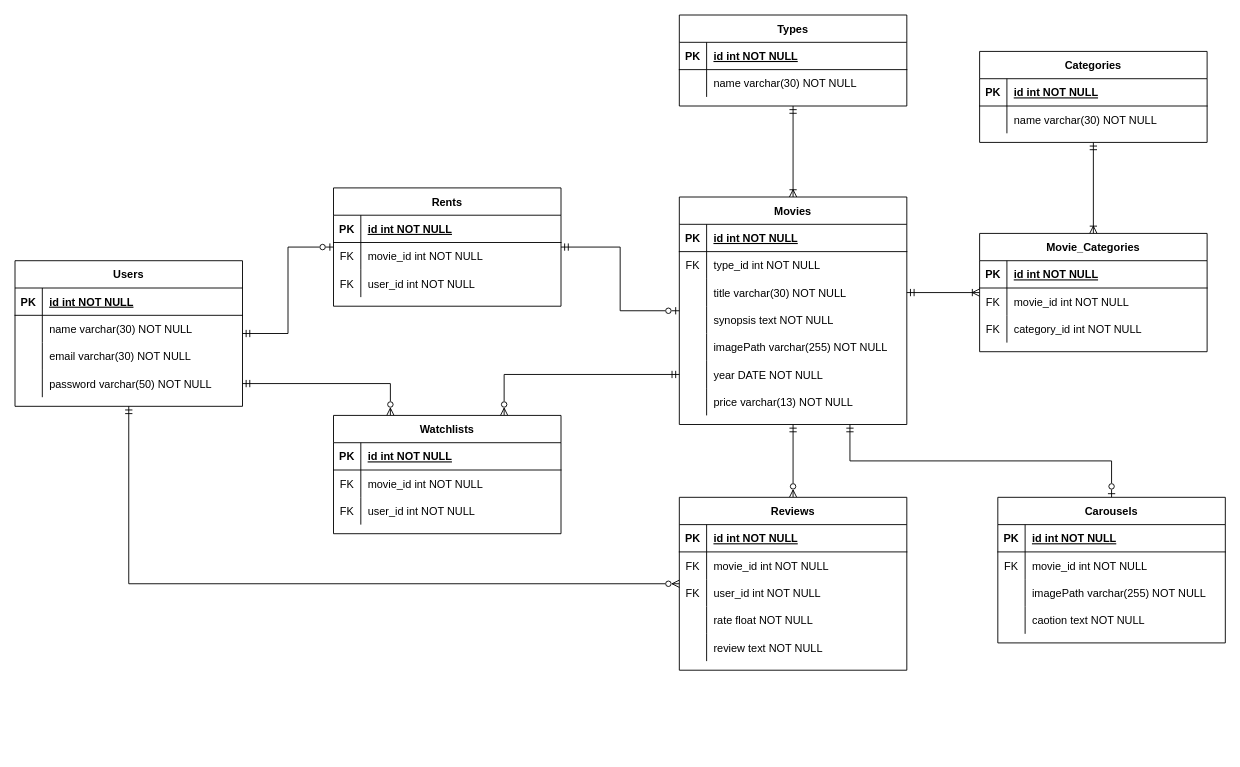
The draw.io diagram ERD.drawio in ardi23892/portal-film-lec, before the edit. Source tidied: cells renumbered, new cells numbered last; positions are measured from the earlier drawing's top-left corner, leaving out a move shared by most shapes. Both pictures are drawn from the tidied source at 91%, with x=0, y=0 at pixel (15, 15).
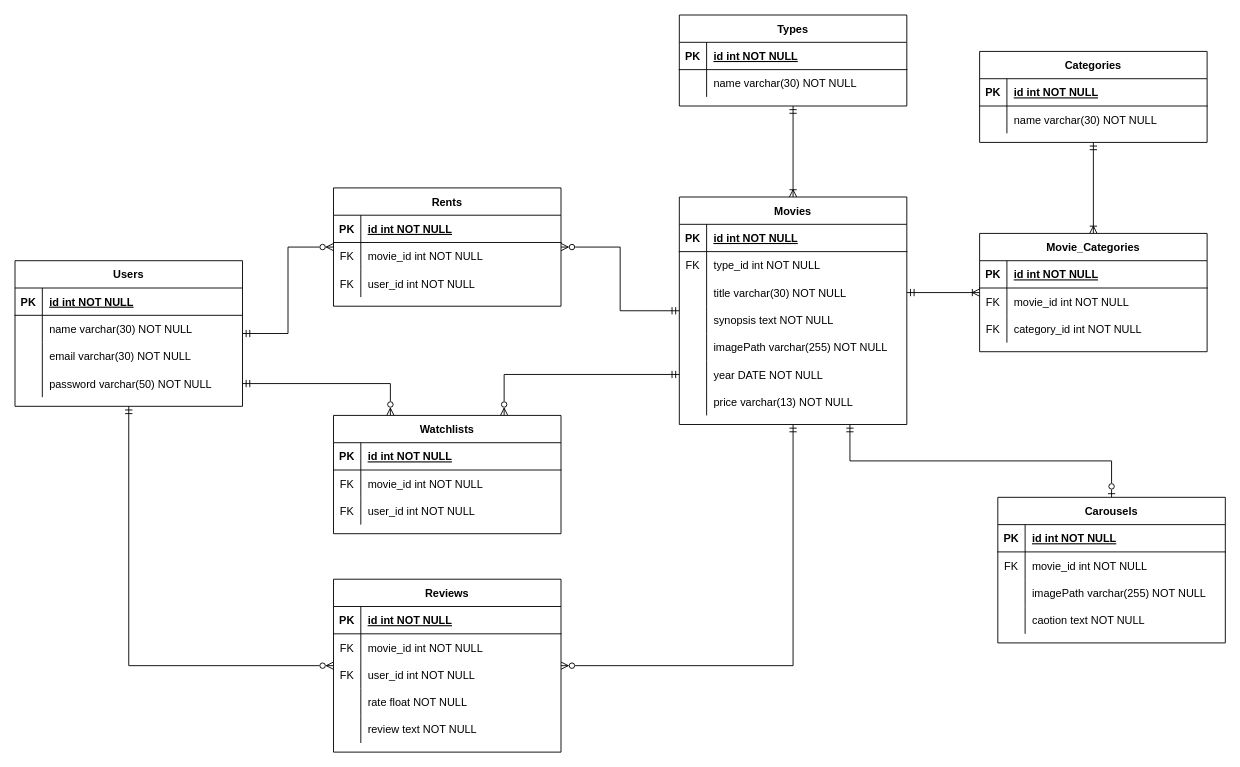
Above is the later version.

Unchanged cells that the change refers to:
```xml
<mxCell id="11" value="Movies" style="shape=table;startSize=30;childLayout=tableLayout;rowLines=0;fontStyle=1;align=center;" parent="1" vertex="1">
  <mxGeometry x="730" y="200" width="250" height="250" as="geometry" />
</mxCell>
<mxCell id="52" value="Users" style="shape=table;startSize=30;childLayout=tableLayout;rowLines=0;fontStyle=1;align=center;" parent="1" vertex="1">
  <mxGeometry y="270" width="250" height="160" as="geometry" />
</mxCell>
<mxCell id="110" value="Rents" style="shape=table;startSize=30;childLayout=tableLayout;rowLines=0;fontStyle=1;align=center;" parent="1" vertex="1">
  <mxGeometry x="350" y="190" width="250" height="130" as="geometry" />
</mxCell>
```

What changed in the source:
```diff
@@
-    <mxCell id="10" style="edgeStyle=orthogonalEdgeStyle;rounded=0;jettySize=auto;html=1;startArrow=ERzeroToOne;startFill=0;endArrow=ERmandOne;endFill=0;" parent="1" edge="1" source="11" target="110">
+    <mxCell id="10" style="edgeStyle=orthogonalEdgeStyle;rounded=0;jettySize=auto;html=1;startArrow=ERmandOne;startFill=0;endArrow=ERzeroToMany;endFill=0;" parent="1" edge="1" source="11" target="110">
       <mxGeometry relative="1" as="geometry" />
     </mxCell>
@@
     <mxCell id="79" value="Reviews" style="shape=table;startSize=30;childLayout=tableLayout;rowLines=0;fontStyle=1;align=center;" parent="1" vertex="1">
-      <mxGeometry x="730" y="530" width="250" height="190" as="geometry" />
+      <mxGeometry x="350" y="620" width="250" height="190" as="geometry" />
     </mxCell>
@@
-    <mxCell id="109" style="edgeStyle=orthogonalEdgeStyle;rounded=0;jettySize=auto;html=1;startArrow=ERzeroToOne;startFill=0;endArrow=ERmandOne;endFill=0;" parent="1" edge="1" source="110" target="52">
+    <mxCell id="109" style="edgeStyle=orthogonalEdgeStyle;rounded=0;jettySize=auto;html=1;startArrow=ERzeroToMany;startFill=0;endArrow=ERmandOne;endFill=0;" parent="1" edge="1" source="110" target="52">
       <mxGeometry relative="1" as="geometry" />
     </mxCell>
```
